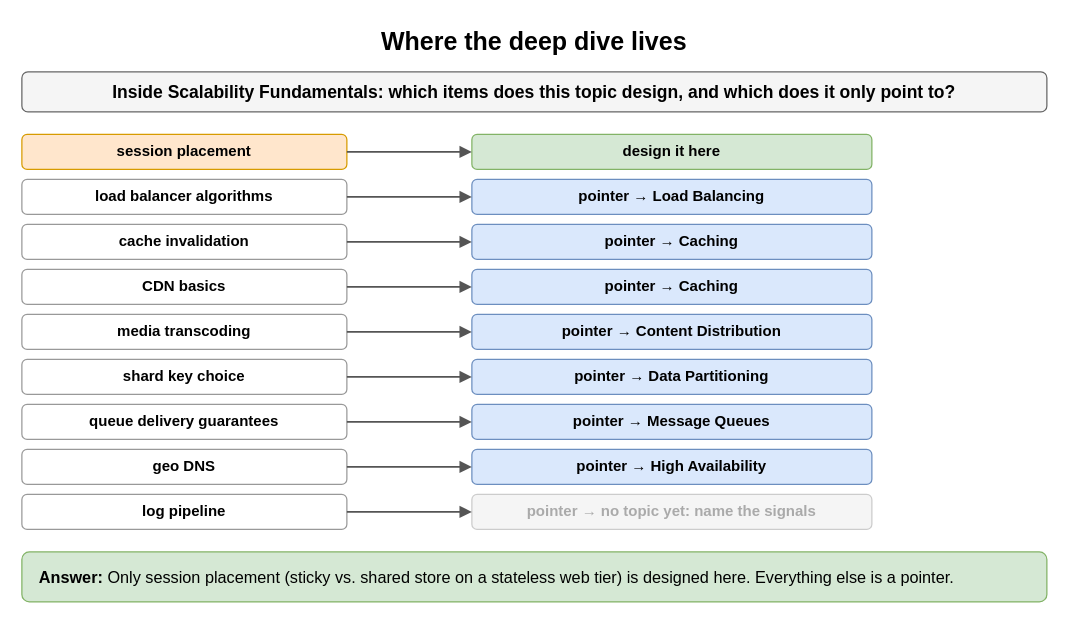
The draw.io diagram page "Where the deep dive lives" (8 of 8) of content/09_System_Design_Interview/02_Scalability_Fundamentals/diagrams/scalability-fundamentals-drills.drawio in amendez13/swe-study-guide, before the edit. Source tidied: cells renumbered, new cells numbered last; positions are measured from the earlier drawing's top-left corner, leaving out a move shared by most shapes. Both pictures are drawn from the tidied source at 125%, with x=0, y=0 at pixel (21, 21).
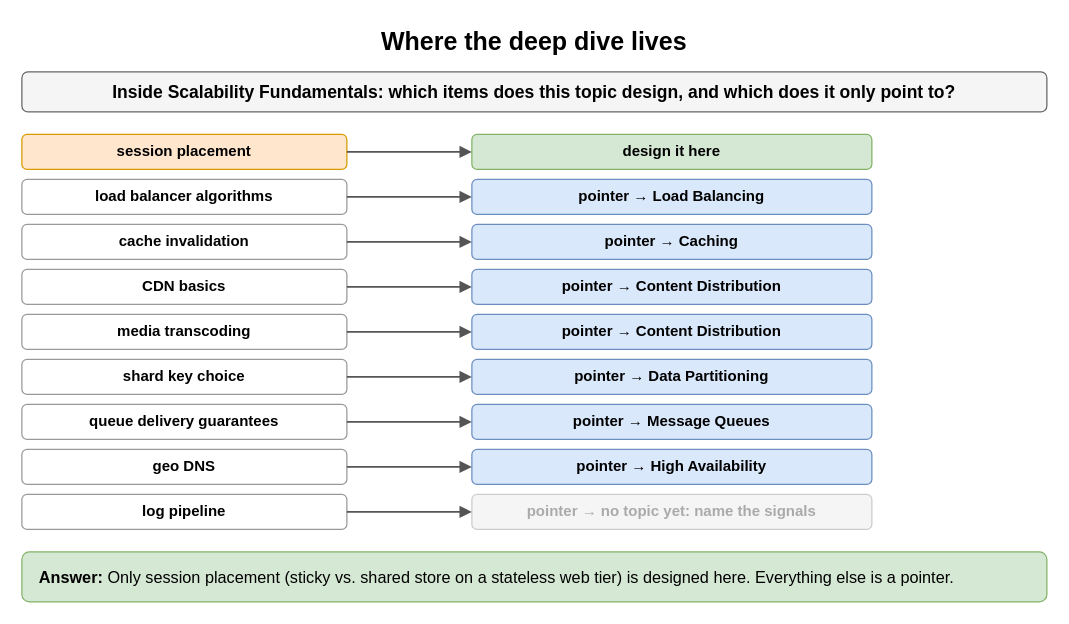
The same page after the edit.

The edit, as a diff of the source:
```diff
@@
-    <mxCell id="14" value="pointer → Caching" style="rounded=1;whiteSpace=wrap;html=1;fillColor=#dae8fc;strokeColor=#6c8ebf;fontSize=12;align=center;fontStyle=1;" parent="1" vertex="1">
+    <mxCell id="14" value="pointer → Content Distribution" style="rounded=1;whiteSpace=wrap;html=1;fillColor=#dae8fc;strokeColor=#6c8ebf;fontSize=12;align=center;fontStyle=1;" parent="1" vertex="1">
       <mxGeometry x="360" y="198" width="320" height="28" as="geometry" />
     </mxCell>
```
